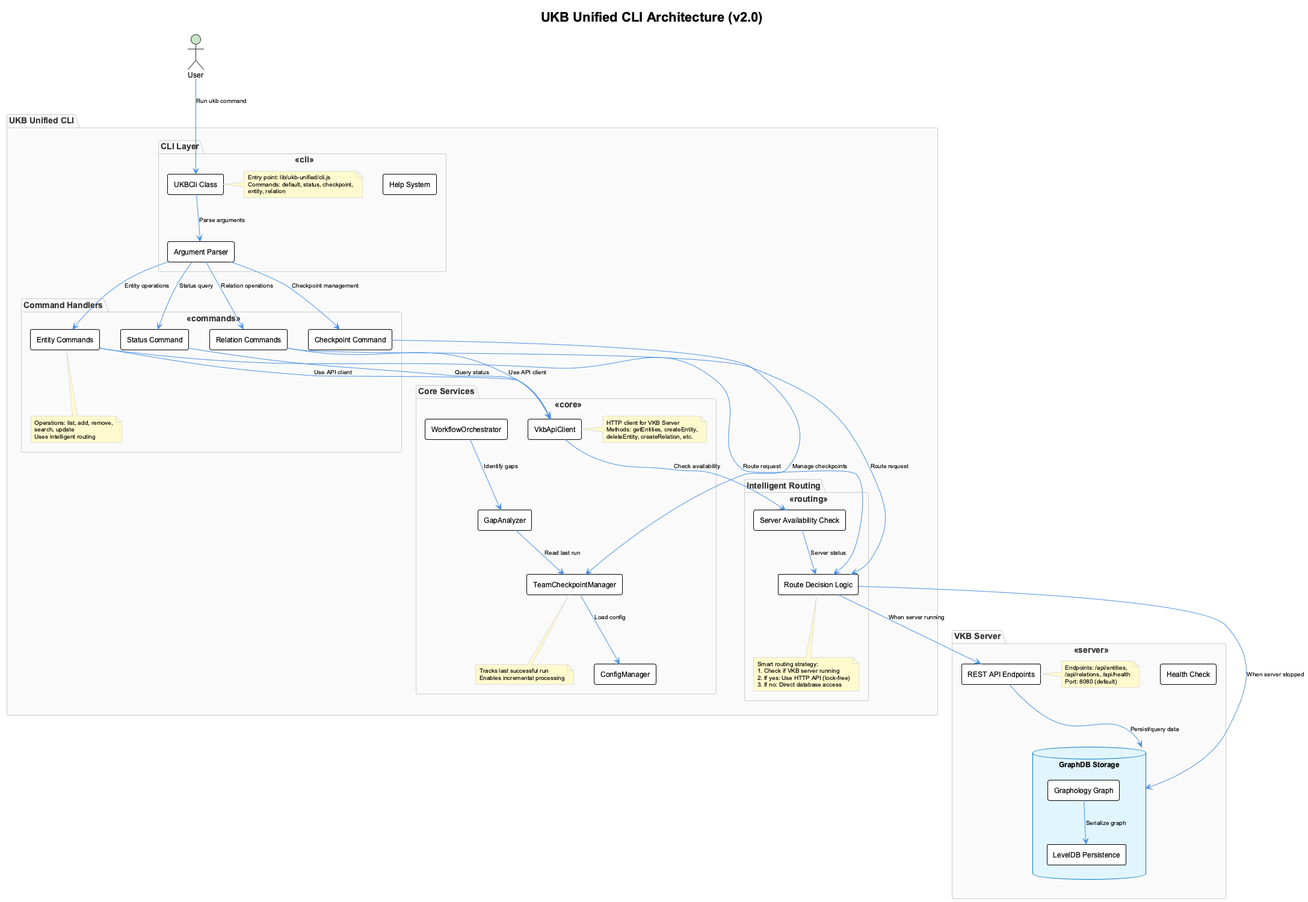
Before: docs/images/ukb-cli-architecture.png, a diagram exported from PlantUML (fwornle/coding). Source of this version:
```plantuml
@startuml ukb-cli-architecture
!include _standard-style.puml

title UKB Unified CLI Architecture (v2.0)

top to bottom direction

skinparam componentStyle rectangle
skinparam component {
  BackgroundColor<<cli>> #FFE8F4
  BackgroundColor<<commands>> #E8F4FD
  BackgroundColor<<core>> #E8F5E8
  BackgroundColor<<server>> #FFF9E6
  BackgroundColor<<routing>> #FFE4E1
  FontSize 12
  FontColor #000000
}
skinparam note {
  BackgroundColor #FFFACD
  FontSize 10
  FontColor #000000
}
skinparam arrow {
  FontSize 10
  FontColor #000000
}

package "UKB Unified CLI" {

  package "CLI Layer" <<cli>> {
    [UKBCli Class] as CLI
    [Argument Parser] as Parser
    [Help System] as Help

    note right of CLI
      Entry point: lib/ukb-unified/cli.js
      Commands: default, status, checkpoint,
      entity, relation
    end note
  }

  package "Command Handlers" <<commands>> {
    [Entity Commands] as EntityCmd
    [Relation Commands] as RelationCmd
    [Status Command] as StatusCmd
    [Checkpoint Command] as CheckpointCmd

    note bottom of EntityCmd
      Operations: list, add, remove,
      search, update
      Uses intelligent routing
    end note
  }

  package "Core Services" <<core>> {
    [VkbApiClient] as ApiClient
    [TeamCheckpointManager] as Checkpoint
    [GapAnalyzer] as GapAnalyzer
    [WorkflowOrchestrator] as Orchestrator
    [ConfigManager] as Config

    note right of ApiClient
      HTTP client for VKB Server
      Methods: getEntities, createEntity,
      deleteEntity, createRelation, etc.
    end note

    note bottom of Checkpoint
      Tracks last successful run
      Enables incremental processing
    end note
  }

  package "Intelligent Routing" <<routing>> {
    [Server Availability Check] as ServerCheck
    [Route Decision Logic] as RouteDecision

    note bottom of RouteDecision
      Smart routing strategy:
      1. Check if VKB server running
      2. If yes: Use HTTP API (lock-free)
      3. If no: Direct database access
    end note
  }
}

package "VKB Server" <<server>> {
  [REST API Endpoints] as API
  [Health Check] as Health

  database "GraphDB Storage" as DB {
    [Graphology Graph] as Graph
    [LevelDB Persistence] as LevelDB
  }

  note right of API
    Endpoints: /api/entities,
    /api/relations, /api/health
    Port: 8080 (default)
  end note
}

actor User

User --> CLI : Run ukb command
CLI --> Parser : Parse arguments
Parser --> EntityCmd : Entity operations
Parser --> RelationCmd : Relation operations
Parser --> StatusCmd : Status query
Parser --> CheckpointCmd : Checkpoint management

EntityCmd --> ApiClient : Use API client
RelationCmd --> ApiClient : Use API client
StatusCmd --> ApiClient : Query status
CheckpointCmd --> Checkpoint : Manage checkpoints

EntityCmd --> RouteDecision : Route request
RelationCmd --> RouteDecision : Route request

ApiClient --> ServerCheck : Check availability
ServerCheck --> RouteDecision : Server status

RouteDecision --> API : When server running
RouteDecision --> DB : When server stopped

API --> DB : Persist/query data
Graph --> LevelDB : Serialize graph

Checkpoint --> Config : Load config
GapAnalyzer --> Checkpoint : Read last run
Orchestrator --> GapAnalyzer : Identify gaps

@enduml
```
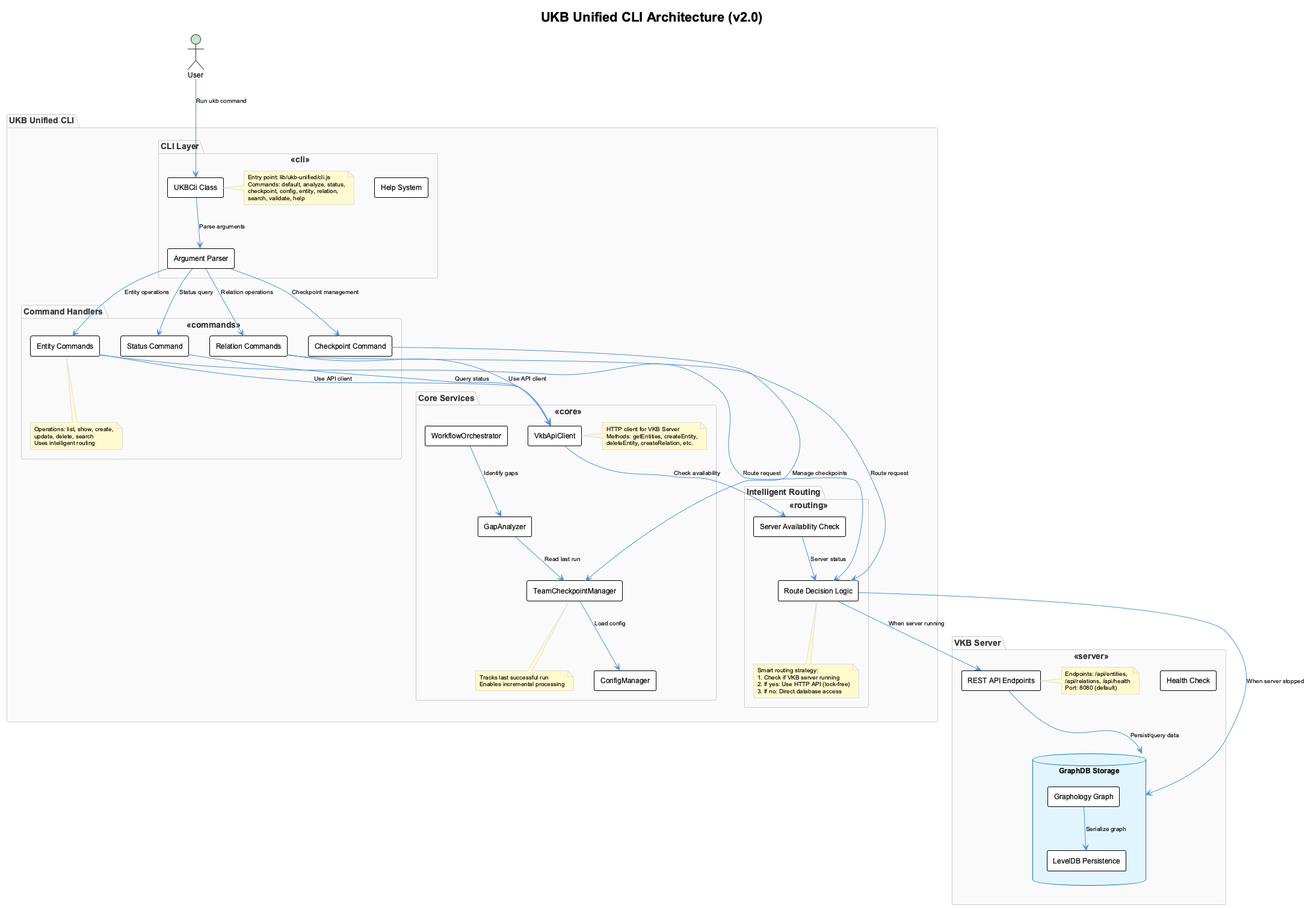
Above is the later version.

What changed in the source:
```diff
@@ -34,8 +34,9 @@
 
     note right of CLI
       Entry point: lib/ukb-unified/cli.js
-      Commands: default, status, checkpoint,
-      entity, relation
+      Commands: default, analyze, status,
+      checkpoint, config, entity, relation,
+      search, validate, help
     end note
   }
 
@@ -46,8 +47,8 @@
     [Checkpoint Command] as CheckpointCmd
 
     note bottom of EntityCmd
-      Operations: list, add, remove,
-      search, update
+      Operations: list, show, create,
+      update, delete, search
       Uses intelligent routing
     end note
   }
```
